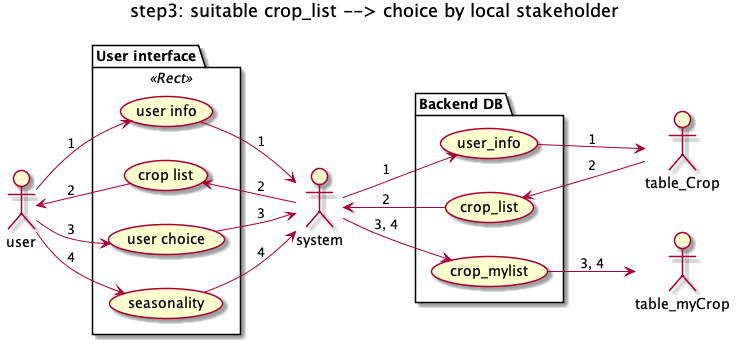
The PlantUML diagram myApp/static/ULM/step03.png in snakada1615/ifna_pwa02, before a commit.
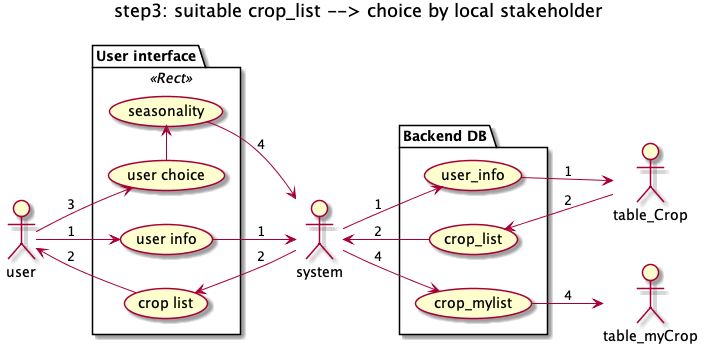
After the commit.

The edit, as a diff of the source:
```diff
@@ -14,9 +14,8 @@
       user <-- (crop list):"2"
       (crop list) <-- admin:"2"
       user --> (user choice):"3"
-      (user choice) --> admin:"3"
-      user --> (seasonality):"4"
       (seasonality) --> admin:"4"
+      (user choice) -> (seasonality)
   }
 
   package "Backend DB" {
@@ -24,9 +23,10 @@
     (user_info) --> table1:"1"
     (crop_list) <-- table1:"2"
     admin <-- (crop_list):"2"
-    admin --> (crop_mylist):"3, 4"
-    (crop_mylist) --> table2:"3, 4"
+    admin --> (crop_mylist):"4"
+    (crop_mylist) --> table2:"4"
   }
 
 
+
 @enduml
```
